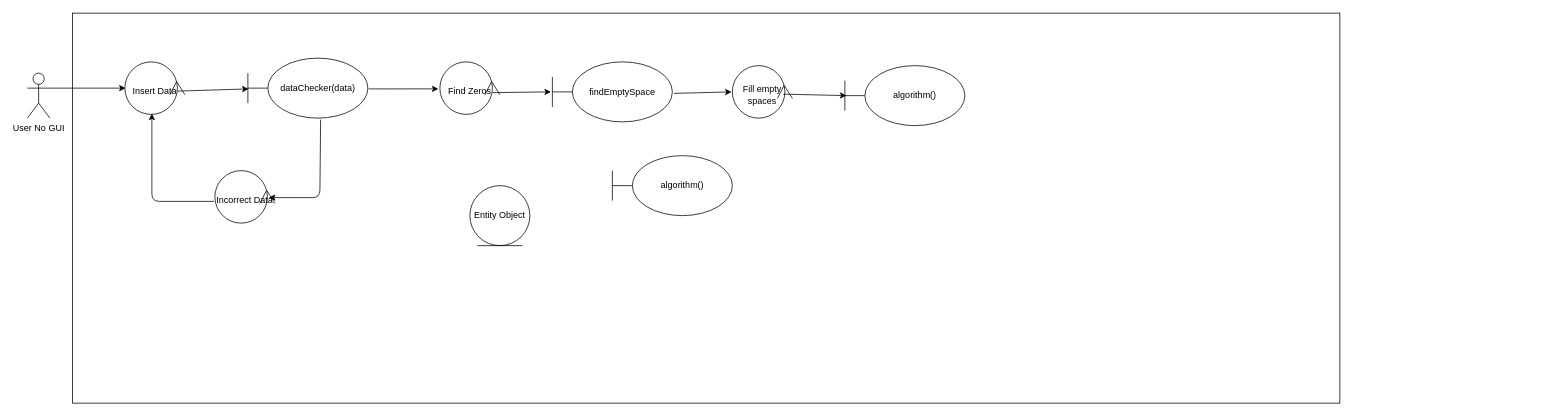
AChu-Dev/introductionToAI keeps this draw.io diagram as Untitled Diagram.drawio. Above is the earlier version. Source tidied: cells renumbered, new cells numbered last; positions are measured from the earlier drawing's top-left corner, leaving out a move shared by most shapes. Both pictures are drawn from the tidied source at 75%, with x=0, y=0 at pixel (27, 13).
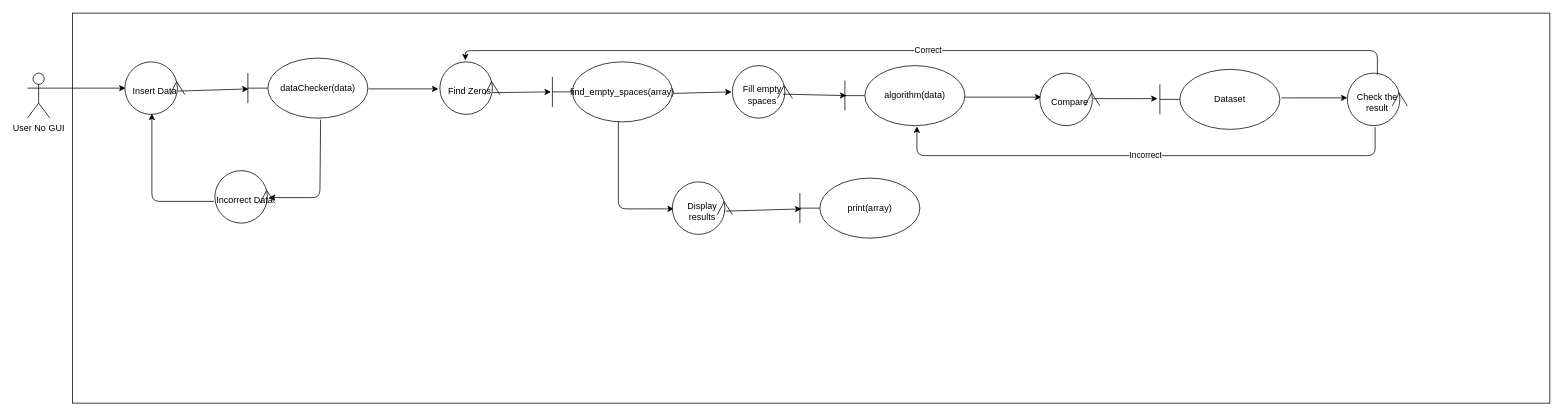
The same page after the edit.

The change refers to these unchanged cells:
```xml
<mxCell id="11" value="Find Zeros" style="ellipse;shape=umlControl;whiteSpace=wrap;html=1;direction=south;" parent="1" vertex="1">
  <mxGeometry x="550" y="65" width="80" height="70" as="geometry" />
</mxCell>
```

Change to the diagram source:
```diff
@@
     <mxCell id="4" style="rounded=0;whiteSpace=wrap;html=1;" parent="1" vertex="1">
-      <mxGeometry x="60" width="1690" height="520" as="geometry" />
+      <mxGeometry x="60" width="1970" height="520" as="geometry" />
     </mxCell>
@@
-    <mxCell id="7" value="Entity Object" style="ellipse;shape=umlEntity;whiteSpace=wrap;html=1;" parent="1" vertex="1">
-      <mxGeometry x="590" y="230" width="80" height="80" as="geometry" />
-    </mxCell>
@@
-    <mxCell id="12" value="algorithm()" style="shape=umlBoundary;whiteSpace=wrap;html=1;" parent="1" vertex="1">
-      <mxGeometry x="780" y="190" width="160" height="80" as="geometry" />
+    <mxCell id="12" value="Dataset" style="shape=umlBoundary;whiteSpace=wrap;html=1;" parent="1" vertex="1">
+      <mxGeometry x="1510" y="75" width="160" height="80" as="geometry" />
     </mxCell>
@@
-    <mxCell id="16" value="findEmptySpace" style="shape=umlBoundary;whiteSpace=wrap;html=1;" parent="1" vertex="1">
+    <mxCell id="16" value="find_empty_spaces(array)" style="shape=umlBoundary;whiteSpace=wrap;html=1;" parent="1" vertex="1">
       <mxGeometry x="700" y="65" width="160" height="80" as="geometry" />
     </mxCell>
@@
-    <mxCell id="20" value="algorithm()" style="shape=umlBoundary;whiteSpace=wrap;html=1;" parent="1" vertex="1">
+    <mxCell id="20" value="algorithm(data)" style="shape=umlBoundary;whiteSpace=wrap;html=1;" parent="1" vertex="1">
       <mxGeometry x="1090" y="70" width="160" height="80" as="geometry" />
     </mxCell>
@@
+    <mxCell id="22" style="endArrow=classic;html=1;exitX=1;exitY=0.525;exitDx=0;exitDy=0;exitPerimeter=0;entryX=0.457;entryY=0.975;entryDx=0;entryDy=0;entryPerimeter=0;" parent="1" edge="1" source="20" target="23">
+      <mxGeometry relative="1" as="geometry" />
+    </mxCell>
+    <mxCell id="23" value="Compare" style="ellipse;shape=umlControl;whiteSpace=wrap;html=1;direction=south;" parent="1" vertex="1">
+      <mxGeometry x="1350" y="80" width="80" height="70" as="geometry" />
+    </mxCell>
+    <mxCell id="24" style="endArrow=classic;html=1;exitX=0.486;exitY=0.113;exitDx=0;exitDy=0;exitPerimeter=0;entryX=-0.019;entryY=0.488;entryDx=0;entryDy=0;entryPerimeter=0;" parent="1" edge="1" source="23" target="12">
+      <mxGeometry relative="1" as="geometry" />
+    </mxCell>
+    <mxCell id="25" value="Check the result" style="ellipse;shape=umlControl;whiteSpace=wrap;html=1;direction=south;" parent="1" vertex="1">
+      <mxGeometry x="1760" y="80" width="80" height="70" as="geometry" />
+    </mxCell>
+    <mxCell id="26" style="endArrow=classic;html=1;exitX=1.013;exitY=0.475;exitDx=0;exitDy=0;exitPerimeter=0;entryX=0.471;entryY=1;entryDx=0;entryDy=0;entryPerimeter=0;" parent="1" edge="1" source="12" target="25">
+      <mxGeometry relative="1" as="geometry" />
+    </mxCell>
+    <mxCell id="27" value="Incorrect" style="endArrow=classic;html=1;exitX=1.029;exitY=0.538;exitDx=0;exitDy=0;exitPerimeter=0;entryX=0.6;entryY=1.013;entryDx=0;entryDy=0;entryPerimeter=0;" parent="1" edge="1" source="25" target="20">
+      <mxGeometry relative="1" as="geometry">
+        <Array as="points">
+          <mxPoint x="1797" y="190" />
+          <mxPoint x="1186" y="190" />
+        </Array>
+      </mxGeometry>
+    </mxCell>
+    <mxCell id="28" value="Correct" style="endArrow=classic;html=1;exitX=0.029;exitY=0.5;exitDx=0;exitDy=0;exitPerimeter=0;entryX=-0.029;entryY=0.575;entryDx=0;entryDy=0;entryPerimeter=0;" parent="1" edge="1" source="25" target="11">
+      <mxGeometry relative="1" as="geometry">
+        <Array as="points">
+          <mxPoint x="1800" y="50" />
+          <mxPoint x="584" y="50" />
+        </Array>
+      </mxGeometry>
+    </mxCell>
+    <mxCell id="29" style="endArrow=classic;html=1;exitX=0.55;exitY=1;exitDx=0;exitDy=0;exitPerimeter=0;entryX=0.514;entryY=0.975;entryDx=0;entryDy=0;entryPerimeter=0;" parent="1" edge="1" source="16" target="30">
+      <mxGeometry relative="1" as="geometry">
+        <Array as="points">
+          <mxPoint x="788" y="261" />
+        </Array>
+      </mxGeometry>
+    </mxCell>
+    <mxCell id="30" value="Display results" style="ellipse;shape=umlControl;whiteSpace=wrap;html=1;direction=south;" parent="1" vertex="1">
+      <mxGeometry x="860" y="225" width="80" height="70" as="geometry" />
+    </mxCell>
+    <mxCell id="31" value="print(array)" style="shape=umlBoundary;whiteSpace=wrap;html=1;" parent="1" vertex="1">
+      <mxGeometry x="1030" y="220" width="160" height="80" as="geometry" />
+    </mxCell>
+    <mxCell id="32" style="endArrow=classic;html=1;exitX=0.557;exitY=0.113;exitDx=0;exitDy=0;exitPerimeter=0;entryX=0.013;entryY=0.513;entryDx=0;entryDy=0;entryPerimeter=0;" parent="1" edge="1" source="30" target="31">
+      <mxGeometry relative="1" as="geometry" />
+    </mxCell>
```
